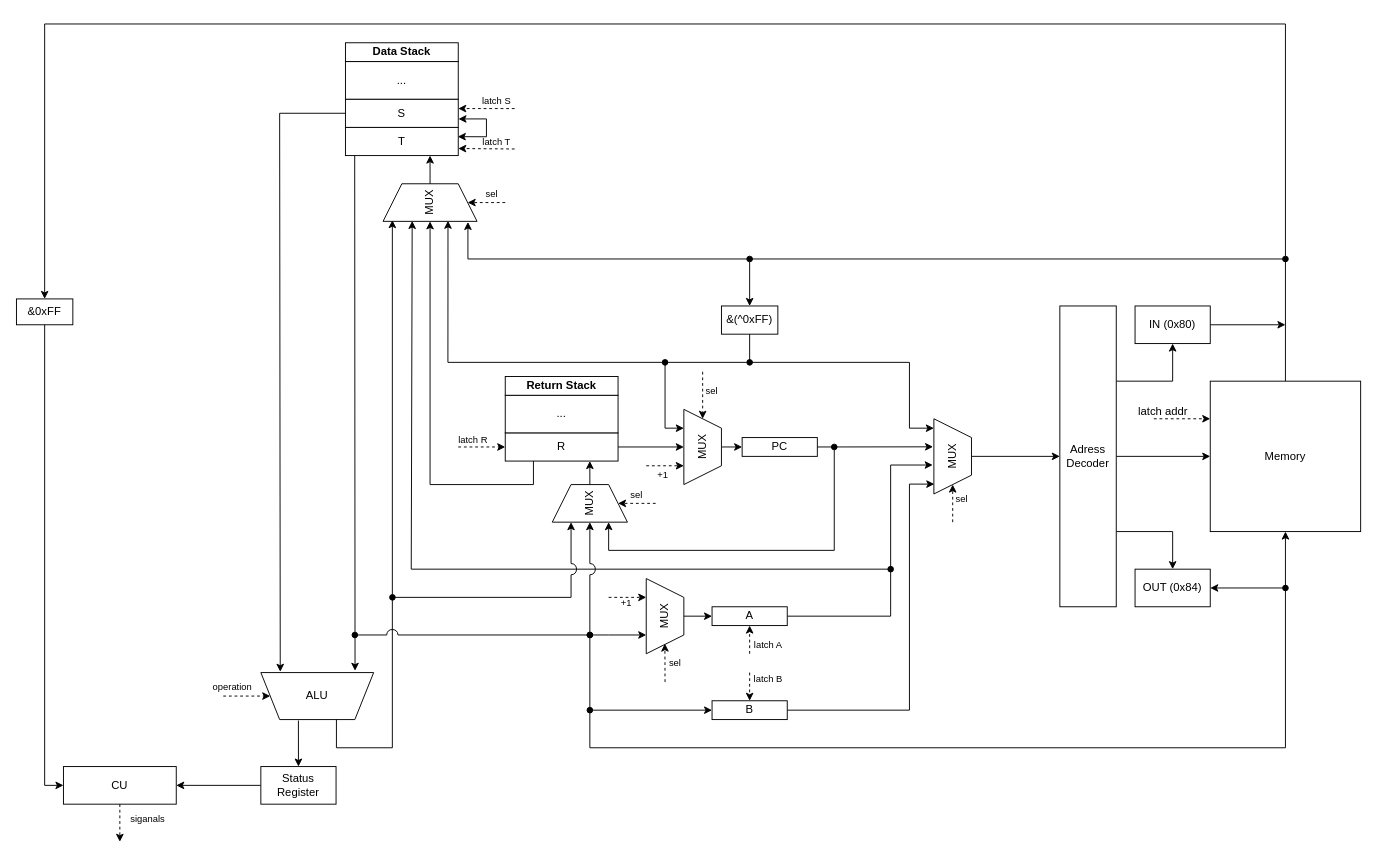
NF-coder/ITMO_repo keeps this draw.io diagram as AK/sem4/lab3/schema/schema_f18a.drawio. Above is the earlier version. Source tidied: cells renumbered, new cells numbered last; positions are measured from the earlier drawing's top-left corner, leaving out a move shared by most shapes. Both pictures are drawn from the tidied source at 94%, with x=0, y=0 at pixel (16, 24).
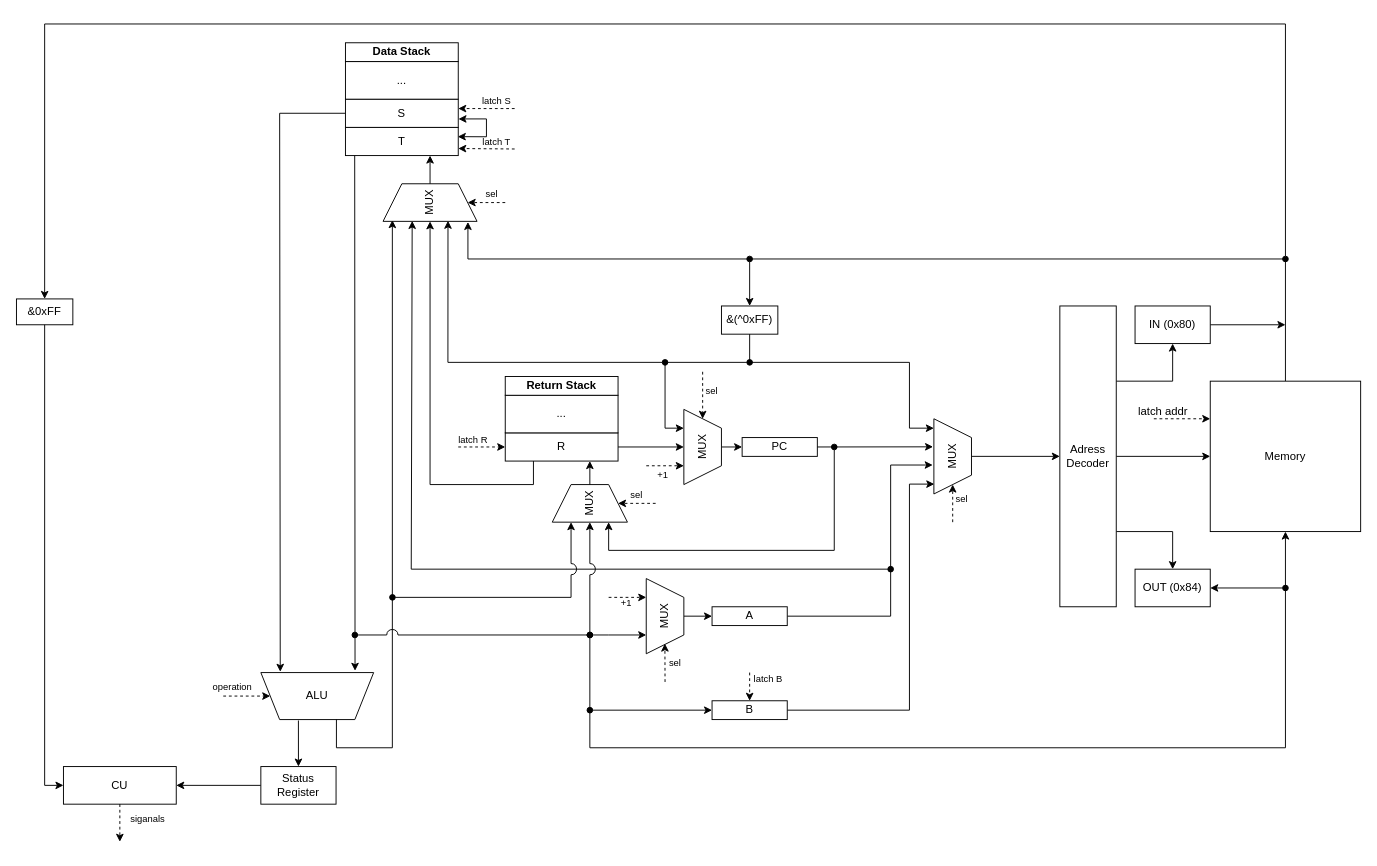
The same diagram, later.

Commit message (it also covers changes not shown here):
fix(AK): remove redundant latch for A in lab3 schema

The change refers to these unchanged cells:
```xml
<mxCell id="29" value="A" style="rounded=0;whiteSpace=wrap;html=1;" parent="1" vertex="1">
  <mxGeometry x="740" y="620" width="80" height="20" as="geometry" />
</mxCell>
```

The edit, as a diff of the source:
```diff
@@
-    <mxCell id="42" value="&lt;font style=&quot;font-size: 10px;&quot;&gt;latch A&lt;/font&gt;" style="text;html=1;whiteSpace=wrap;strokeColor=none;fillColor=none;align=center;verticalAlign=middle;rounded=0;" parent="1" vertex="1">
-      <mxGeometry x="780" y="655" width="40" height="10" as="geometry" />
-    </mxCell>
-    <mxCell id="43" style="endArrow=classic;html=1;rounded=0;dashed=1;entryX=0.5;entryY=1;entryDx=0;entryDy=0;jumpStyle=arc;jumpSize=12;" parent="1" edge="1" target="29">
-      <mxGeometry relative="1" as="geometry">
-        <mxPoint x="780" y="670" as="sourcePoint" />
-      </mxGeometry>
-    </mxCell>
```
